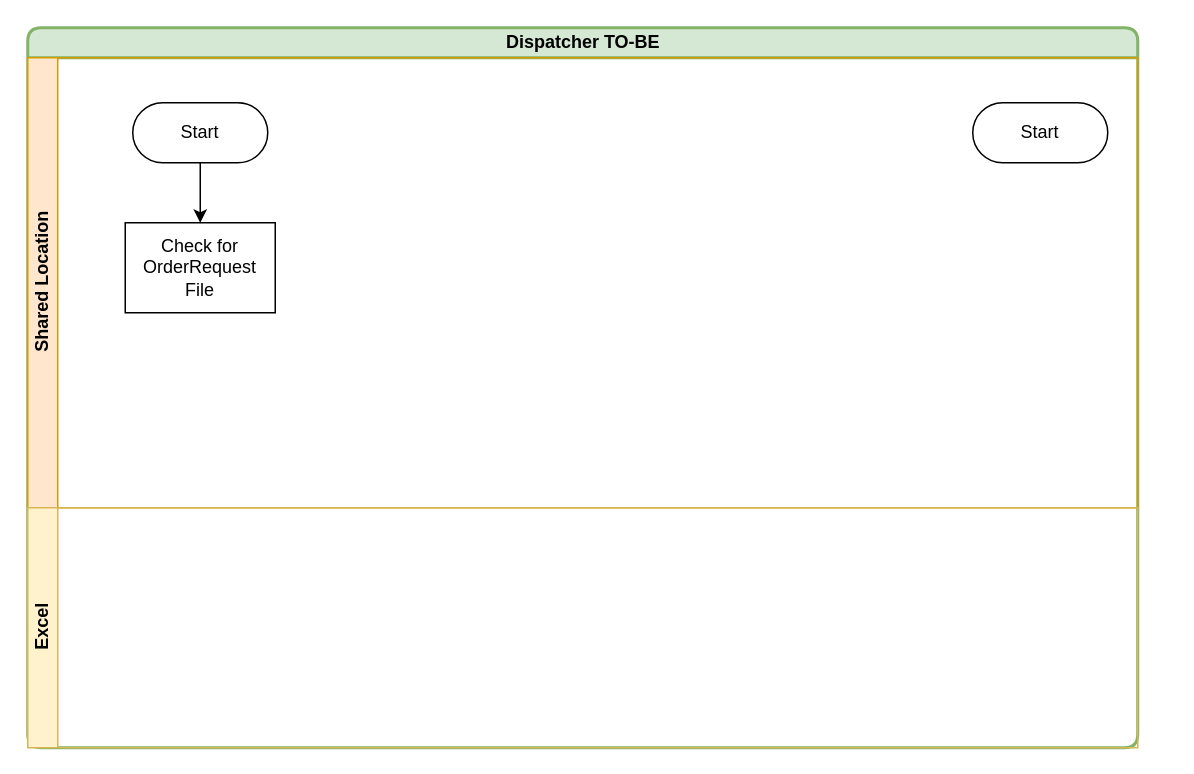
Before: page "Dispatcher To-BE" (4 of 4) of _layouts/Untitled Diagram.drawio in Neha92/github-slideshow, a draw.io diagram. Source tidied: cells renumbered, new cells numbered last; positions are measured from the earlier drawing's top-left corner, leaving out a move shared by most shapes. Both pictures are drawn from the tidied source at 150%, with x=0, y=0 at pixel (27, 27).
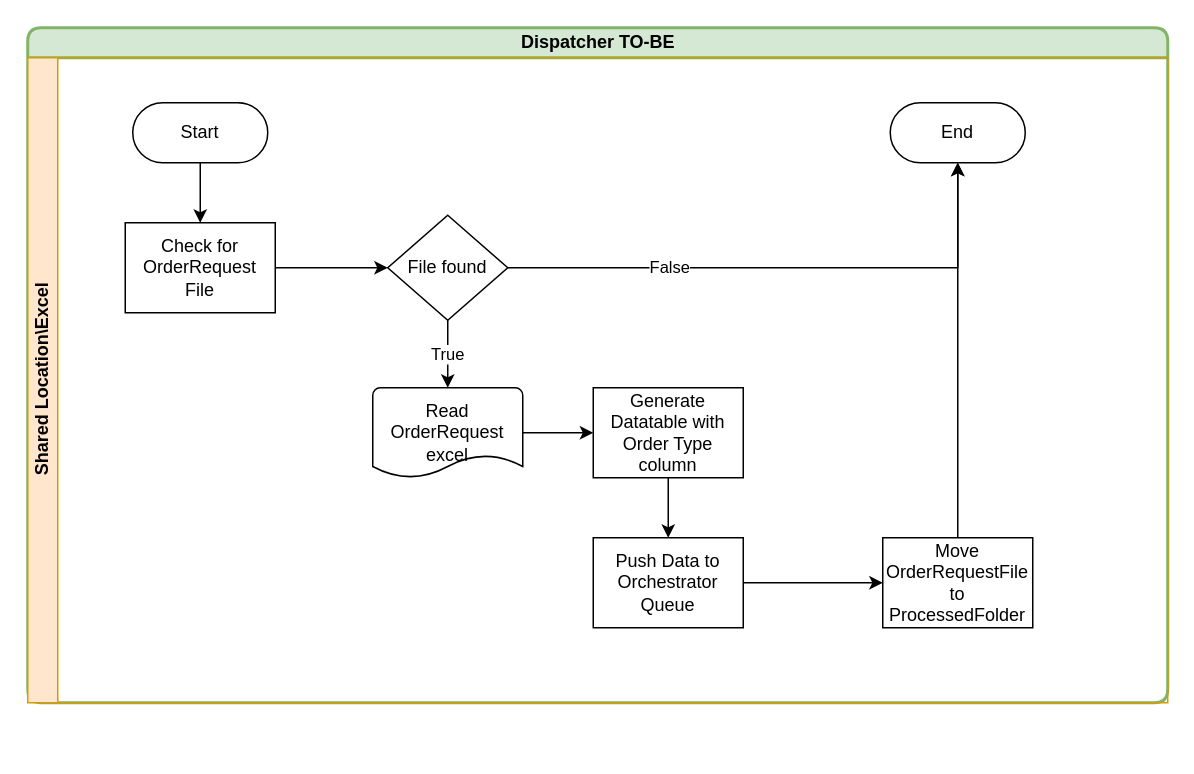
Above is the later version.

Commit message:
Process Flow Diagram.drawio

Unchanged cells that the change refers to:
```xml
<mxCell id="7" value="Check for OrderRequest File" style="rounded=0;whiteSpace=wrap;html=1;" parent="3" vertex="1">
  <mxGeometry x="65" y="110" width="100" height="60" as="geometry" />
</mxCell>
```

Diff of the diagram source:
```diff
@@
-    <mxCell id="2" value="&lt;span&gt;Dispatcher TO-BE&lt;/span&gt;" style="swimlane;html=1;horizontal=1;startSize=20;rounded=1;strokeColor=#82b366;strokeWidth=2;fillColor=#d5e8d4;" parent="1" vertex="1">
-      <mxGeometry width="740" height="480" as="geometry" />
+    <mxCell id="2" value="&lt;span&gt;Dispatcher TO-BE&lt;/span&gt;" style="swimlane;html=1;horizontal=1;startSize=20;rounded=1;strokeColor=#82b366;strokeWidth=2;fillColor=#d5e8d4;labelBorderColor=none;" parent="1" vertex="1">
+      <mxGeometry width="760" height="450" as="geometry" />
     </mxCell>
-    <mxCell id="3" value="Shared Location" style="swimlane;html=1;startSize=20;horizontal=0;fillColor=#ffe6cc;strokeColor=#d79b00;" parent="2" vertex="1">
-      <mxGeometry y="20" width="740" height="300" as="geometry" />
+    <mxCell id="3" value="Shared Location\Excel" style="swimlane;html=1;startSize=20;horizontal=0;fillColor=#ffe6cc;strokeColor=#d79b00;" parent="2" vertex="1">
+      <mxGeometry y="20" width="760" height="430" as="geometry" />
     </mxCell>
@@
-    <mxCell id="6" value="Start" style="rounded=1;whiteSpace=wrap;html=1;arcSize=50;" parent="3" vertex="1">
-      <mxGeometry x="630" y="30" width="90" height="40" as="geometry" />
+    <mxCell id="6" value="End" style="rounded=1;whiteSpace=wrap;html=1;arcSize=50;" parent="3" vertex="1">
+      <mxGeometry x="575" y="30" width="90" height="40" as="geometry" />
     </mxCell>
+    <mxCell id="9" style="edgeStyle=orthogonalEdgeStyle;rounded=0;jettySize=auto;html=1;exitX=1;exitY=0.5;exitDx=0;exitDy=0;entryX=0;entryY=0.5;entryDx=0;entryDy=0;entryPerimeter=0;" parent="3" edge="1" source="7" target="13">
+      <mxGeometry relative="1" as="geometry" />
+    </mxCell>
@@
-    <mxCell id="8" value="Excel" style="swimlane;html=1;startSize=20;horizontal=0;fillColor=#fff2cc;strokeColor=#d6b656;" parent="2" vertex="1">
-      <mxGeometry y="320" width="740" height="160" as="geometry" />
-    </mxCell>
+    <mxCell id="10" style="edgeStyle=orthogonalEdgeStyle;rounded=0;jettySize=auto;html=1;exitX=1;exitY=0.5;exitDx=0;exitDy=0;exitPerimeter=0;" parent="3" edge="1" source="13" target="6">
+      <mxGeometry relative="1" as="geometry" />
+    </mxCell>
+    <mxCell id="11" value="False" style="edgeLabel;html=1;align=center;verticalAlign=middle;" parent="10" vertex="1">
+      <mxGeometry x="-0.42" y="1" relative="1" as="geometry" />
+    </mxCell>
+    <mxCell id="12" value="True" style="edgeStyle=orthogonalEdgeStyle;rounded=0;jettySize=auto;html=1;exitX=0.5;exitY=1;exitDx=0;exitDy=0;exitPerimeter=0;entryX=0.5;entryY=0;entryDx=0;entryDy=0;entryPerimeter=0;" parent="3" edge="1" source="13" target="15">
+      <mxGeometry relative="1" as="geometry" />
+    </mxCell>
+    <mxCell id="13" value="File found" style="strokeWidth=1;html=1;shape=mxgraph.flowchart.decision;whiteSpace=wrap;rounded=1;" parent="3" vertex="1">
+      <mxGeometry x="240" y="105" width="80" height="70" as="geometry" />
+    </mxCell>
+    <mxCell id="14" style="edgeStyle=orthogonalEdgeStyle;rounded=0;jettySize=auto;html=1;exitX=1;exitY=0.5;exitDx=0;exitDy=0;exitPerimeter=0;entryX=0;entryY=0.5;entryDx=0;entryDy=0;" parent="3" edge="1" source="15" target="17">
+      <mxGeometry relative="1" as="geometry" />
+    </mxCell>
+    <mxCell id="15" value="Read OrderRequest excel" style="strokeWidth=1;html=1;shape=mxgraph.flowchart.document2;whiteSpace=wrap;size=0.25;rounded=1;" parent="3" vertex="1">
+      <mxGeometry x="230" y="220" width="100" height="60" as="geometry" />
+    </mxCell>
+    <mxCell id="16" style="edgeStyle=orthogonalEdgeStyle;rounded=0;jettySize=auto;html=1;exitX=0.5;exitY=1;exitDx=0;exitDy=0;" parent="3" edge="1" source="17" target="19">
+      <mxGeometry relative="1" as="geometry" />
+    </mxCell>
+    <mxCell id="17" value="Generate Datatable with Order Type column" style="rounded=0;whiteSpace=wrap;html=1;" parent="3" vertex="1">
+      <mxGeometry x="377" y="220" width="100" height="60" as="geometry" />
+    </mxCell>
+    <mxCell id="18" style="edgeStyle=orthogonalEdgeStyle;rounded=0;jettySize=auto;html=1;exitX=1;exitY=0.5;exitDx=0;exitDy=0;" parent="3" edge="1" source="19" target="21">
+      <mxGeometry relative="1" as="geometry" />
+    </mxCell>
+    <mxCell id="19" value="Push Data to Orchestrator Queue" style="rounded=0;whiteSpace=wrap;html=1;" parent="3" vertex="1">
+      <mxGeometry x="377" y="320" width="100" height="60" as="geometry" />
+    </mxCell>
+    <mxCell id="20" style="edgeStyle=orthogonalEdgeStyle;rounded=0;jettySize=auto;html=1;exitX=0.5;exitY=0;exitDx=0;exitDy=0;entryX=0.5;entryY=1;entryDx=0;entryDy=0;" parent="3" edge="1" source="21" target="6">
+      <mxGeometry relative="1" as="geometry" />
+    </mxCell>
+    <mxCell id="21" value="Move OrderRequestFile to ProcessedFolder" style="rounded=0;whiteSpace=wrap;html=1;" parent="3" vertex="1">
+      <mxGeometry x="570" y="320" width="100" height="60" as="geometry" />
+    </mxCell>
```
